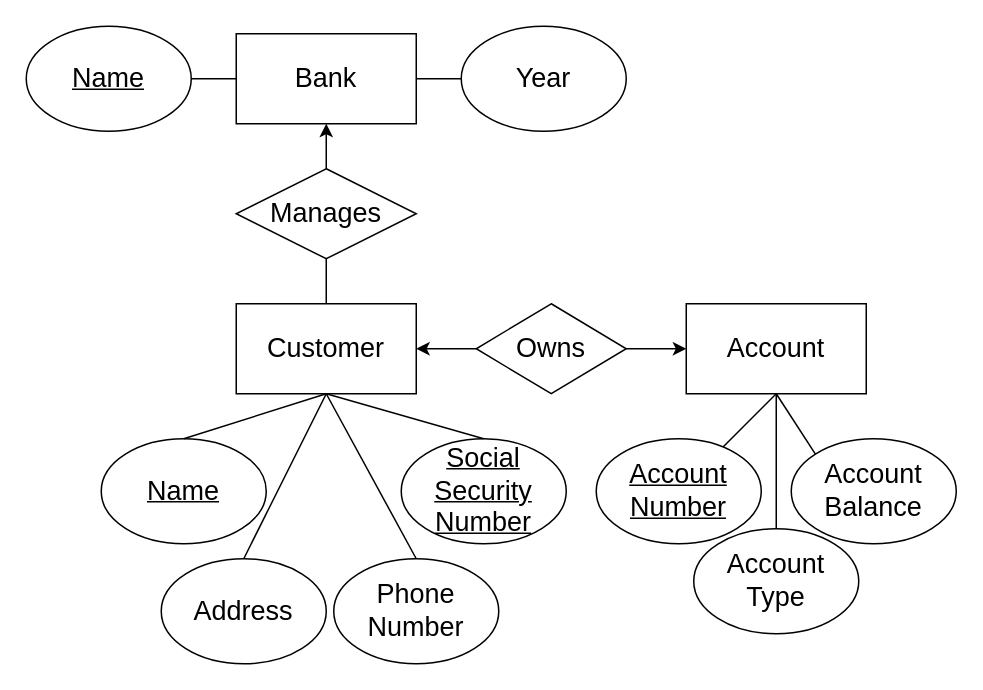
The draw.io diagram bank.drawio in lucylee-412/CISC-3810, before the edit. Source tidied: cells renumbered, new cells numbered last; positions are measured from the earlier drawing's top-left corner, leaving out a move shared by most shapes. Both pictures are drawn from the tidied source at 150%, with x=0, y=0 at pixel (26, 26).
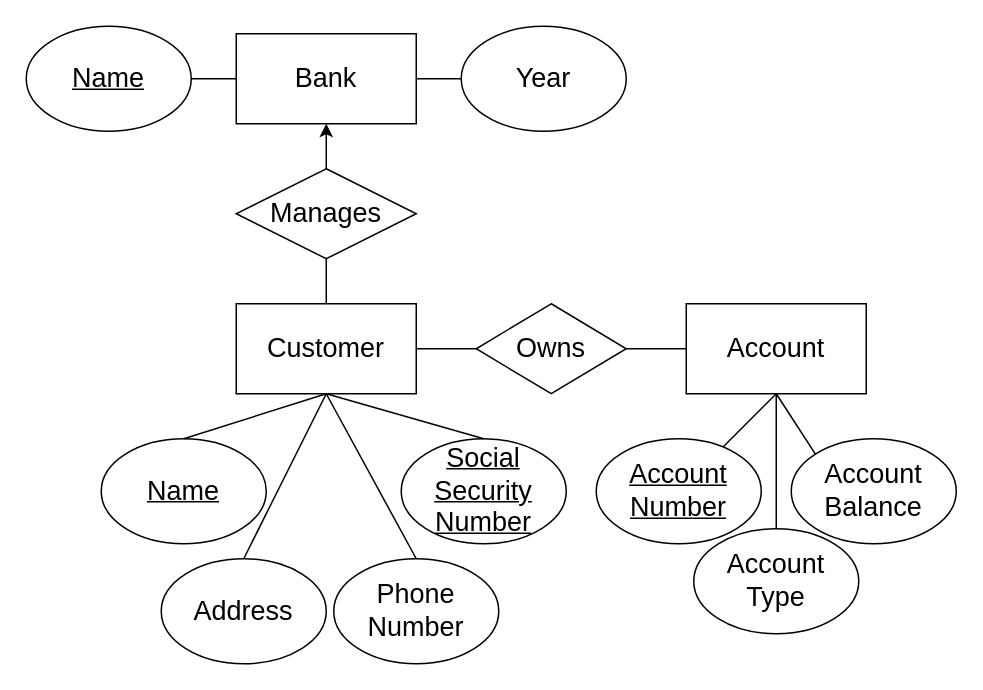
The same diagram, later.

Commit message:
Correct multiplicity

The change refers to these unchanged cells:
```xml
<mxCell id="2" value="&lt;span style=&quot;font-size: 18px&quot;&gt;Customer&lt;/span&gt;" style="rounded=0;whiteSpace=wrap;html=1;" parent="1" vertex="1">
  <mxGeometry x="140" y="185" width="120" height="60" as="geometry" />
</mxCell>
<mxCell id="3" value="Owns" style="rhombus;whiteSpace=wrap;html=1;fontSize=18;" parent="1" vertex="1">
  <mxGeometry x="300" y="185" width="100" height="60" as="geometry" />
</mxCell>
<mxCell id="4" value="&lt;font style=&quot;font-size: 18px&quot;&gt;Account&lt;/font&gt;" style="rounded=0;whiteSpace=wrap;html=1;" parent="1" vertex="1">
  <mxGeometry x="440" y="185" width="120" height="60" as="geometry" />
</mxCell>
```

What changed in the source:
```diff
@@
-    <mxCell id="17" style="endArrow=classic;html=1;rounded=0;entryX=1;entryY=0.5;entryDx=0;entryDy=0;exitX=0;exitY=0.5;exitDx=0;exitDy=0;" parent="1" edge="1" source="3" target="2">
-      <mxGeometry relative="1" as="geometry" />
-    </mxCell>
@@
+    <mxCell id="29" style="endArrow=none;html=1;rounded=0;fontSize=18;exitX=1;exitY=0.5;exitDx=0;exitDy=0;entryX=0;entryY=0.5;entryDx=0;entryDy=0;" parent="1" edge="1" source="2" target="3">
+      <mxGeometry relative="1" as="geometry" />
+    </mxCell>
-    <mxCell id="28" style="endArrow=classic;html=1;rounded=0;entryX=0;entryY=0.5;entryDx=0;entryDy=0;exitX=1;exitY=0.5;exitDx=0;exitDy=0;" parent="1" edge="1" source="3" target="4">
+    <mxCell id="28" style="endArrow=none;html=1;rounded=0;fontSize=18;entryX=0;entryY=0.5;entryDx=0;entryDy=0;" parent="1" edge="1" source="3" target="4">
       <mxGeometry relative="1" as="geometry" />
     </mxCell>
```
